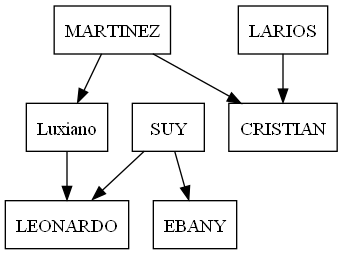
Before: Empleados.png, a diagram exported from Graphviz (guy-devoir/EDD_2S2023_PY_201800632). Its source is kept beside it as Empleados.dot.
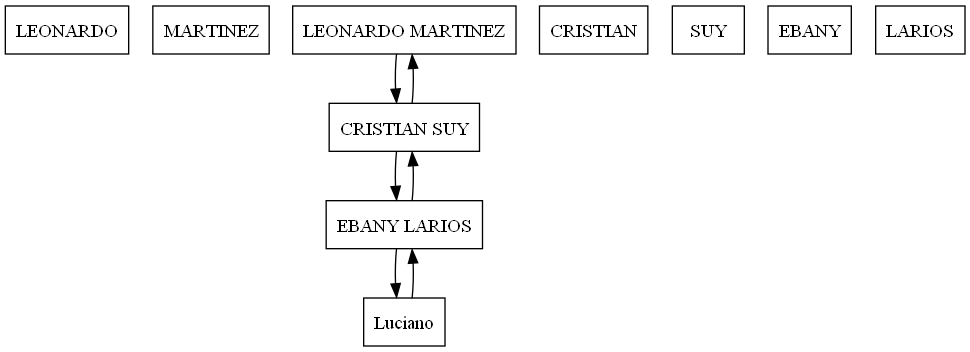
The same file after the commit.

Diff of the diagram source:
```diff
@@ -1,13 +1,13 @@
 digraph G {
 node [shape=record];
-Luxiano;
-Luxiano->LEONARDO MARTINEZ;
 LEONARDO MARTINEZ;
-LEONARDO MARTINEZ->CRISTIAN SUY;
-LEONARDO MARTINEZ->Luxiano;
+"LEONARDO MARTINEZ"->"CRISTIAN SUY";
 CRISTIAN SUY;
-CRISTIAN SUY->EBANY LARIOS;
-CRISTIAN SUY->LEONARDO MARTINEZ;
+"CRISTIAN SUY"->"EBANY LARIOS";
+"CRISTIAN SUY"->"LEONARDO MARTINEZ";
 EBANY LARIOS;
-EBANY LARIOS->CRISTIAN SUY;
+"EBANY LARIOS"->"Luciano";
+"EBANY LARIOS"->"CRISTIAN SUY";
+Luciano;
+"Luciano"->"EBANY LARIOS";
 }
```
